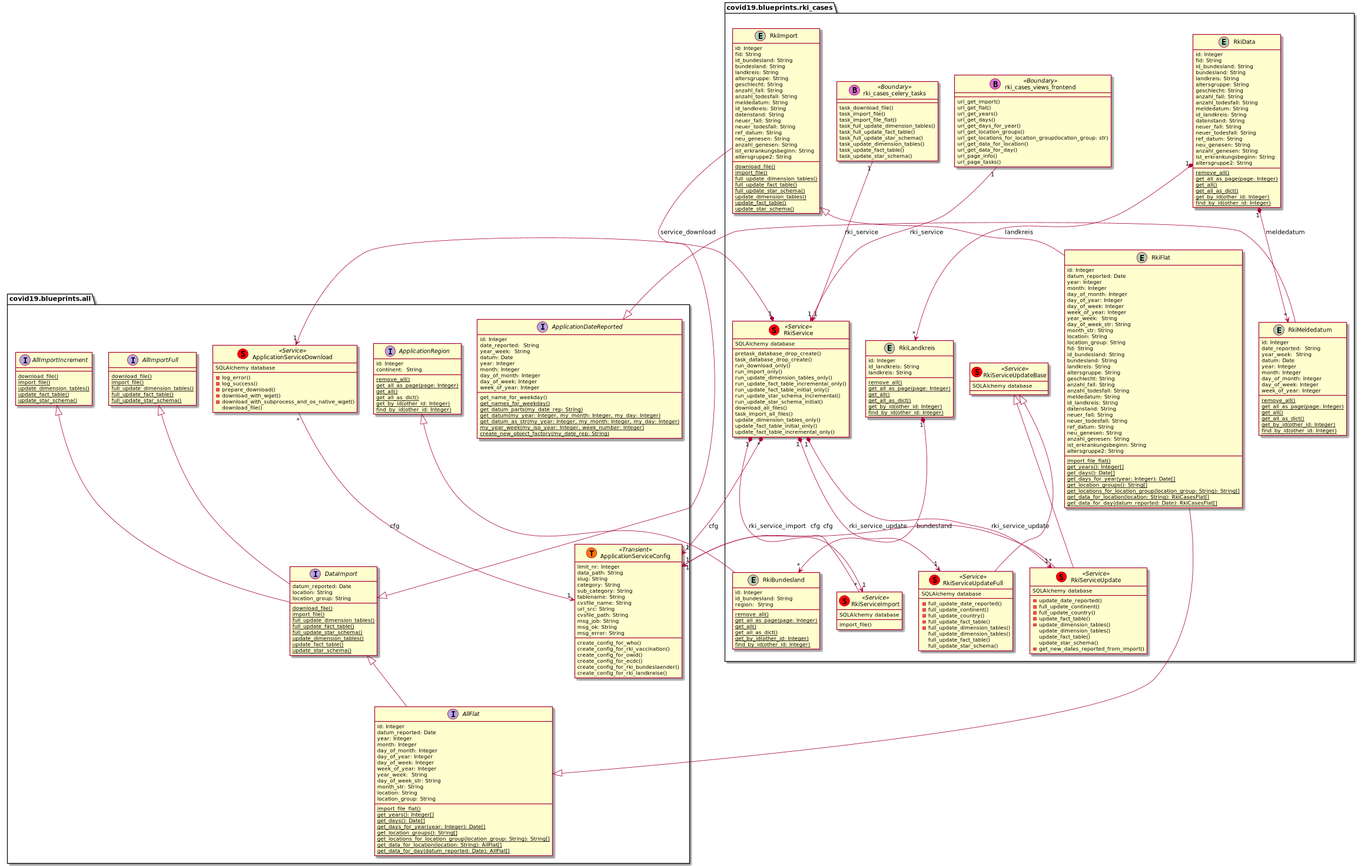
Before: docs/uml/data_rki/rki_cases_domain_model.png, a diagram exported from PlantUML (thomaswoehlke/flask_covid19).
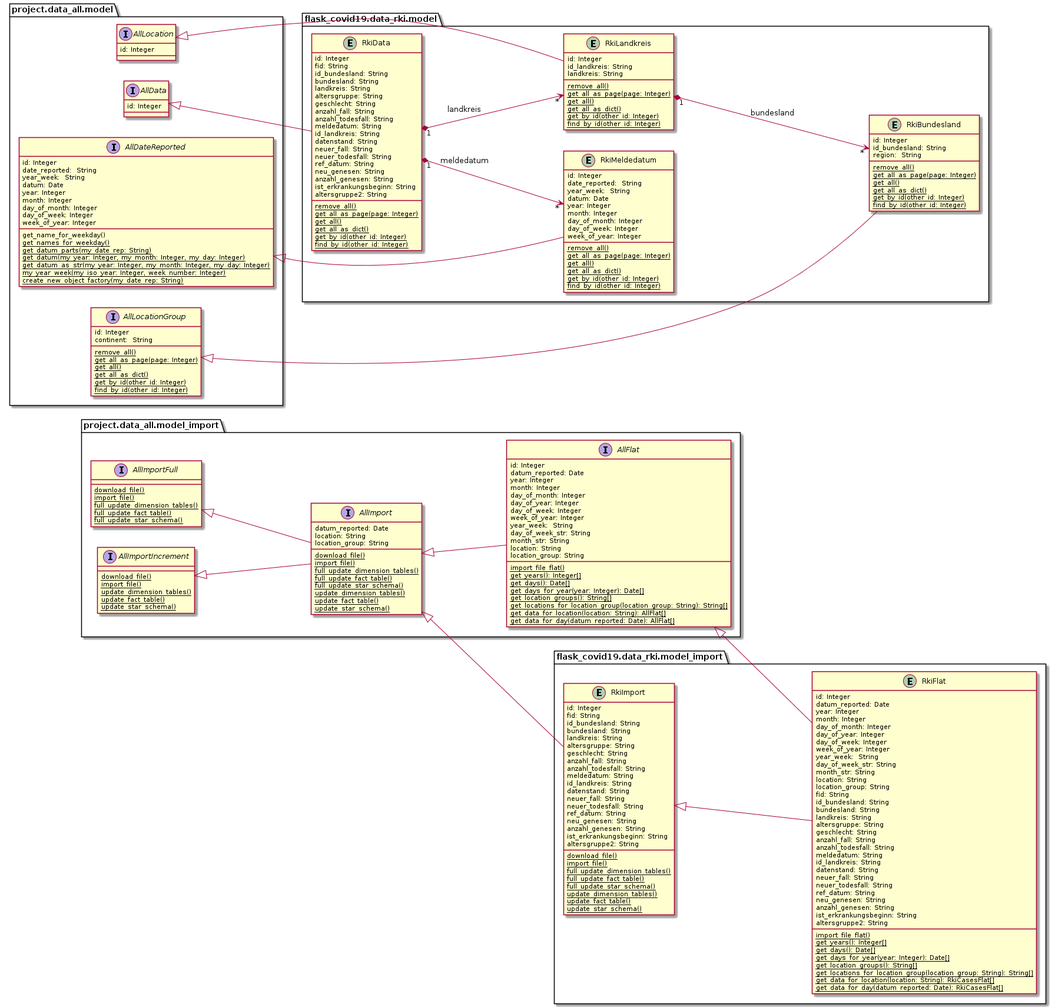
The same file after the commit.

Diff of the diagram source:
```diff
@@ -1,62 +1,8 @@
 @startuml
-package covid19.blueprints.all {
+left to right direction
 
-	interface ApplicationDateReported {
-	    id: Integer
-		date_reported:  String
-	    year_week:  String
-	    datum: Date
-	    year: Integer
-	    month: Integer
-	    day_of_month: Integer
-	    day_of_week: Integer
-	    week_of_year: Integer
-		get_name_for_weekday()
-		{classifier} get_names_for_weekday()
-		{classifier} get_datum_parts(my_date_rep: String)
-		{classifier} get_datum(my_year: Integer, my_month: Integer, my_day: Integer)
-		{classifier} get_datum_as_str(my_year: Integer, my_month: Integer, my_day: Integer)
-		{classifier} my_year_week(my_iso_year: Integer, week_number: Integer)
-		{classifier} create_new_object_factory(my_date_rep: String)
-	}
-	interface ApplicationRegion {
-	    id: Integer
-	    continent:  String
-	    {classifier} remove_all()
-	    {classifier} get_all_as_page(page: Integer)
-	    {classifier} get_all()
-	    {classifier} get_all_as_dict()
-	    {classifier} get_by_id(other_id: Integer)
-	    {classifier} find_by_id(other_id: Integer)
-	}
-	class ApplicationServiceDownload << (S,red) Service >> {
-		-log_error()
-		-log_success()
-		-prepare_download()
-		-download_with_wget()
-		-download_with_subprocess_and_os_native_wget()
-		download_file()
-	}
-	class ApplicationServiceConfig << (T,#FF7700) Transient >> {
-		limit_nr: Integer
-	    data_path: String
-	    slug: String
-	    category: String
-	    sub_category: String
-	    tablename: String
-	    cvsfile_name: String
-	    url_src: String
-	    cvsfile_path: String
-	    msg_job: String
-	    msg_ok: String
-	    msg_error: String
-		create_config_for_who()
-		create_config_for_rki_vaccination()
-		create_config_for_owid()
-		create_config_for_ecdc()
-		create_config_for_rki_bundeslaender()
-		create_config_for_rki_landkreise()
-	}
+
+package project.data_all.model_import {
 
 	interface AllImportFull {
 		{classifier} download_file()
@@ -74,7 +20,7 @@
 		{classifier} update_star_schema()
 	}
 
-	interface DataImport {
+	interface AllImport {
 	    datum_reported: Date
 		location: String
 		location_group: String
@@ -111,8 +57,10 @@
 		{classifier} get_data_for_location(location: String): AllFlat[]
 		{classifier} get_data_for_day(datum_reported: Date): AllFlat[]
 	}
+
 }
-package covid19.blueprints.rki_cases {
+
+package flask_covid19.data_rki.model_import {
 
 	entity RkiImport {
 		id: Integer
@@ -186,6 +134,58 @@
 		{classifier} get_data_for_day(datum_reported: Date): RkiCasesFlat[]
 	}
 
+}
+
+AllImportFull <|-- AllImport
+AllImportIncrement <|-- AllImport
+AllImport <|-- AllFlat
+AllImport <|-- RkiImport
+AllFlat <|-- RkiFlat
+RkiImport <|-- RkiFlat
+
+
+
+package project.data_all.model {
+
+	interface AllDateReported {
+	    id: Integer
+		date_reported:  String
+	    year_week:  String
+	    datum: Date
+	    year: Integer
+	    month: Integer
+	    day_of_month: Integer
+	    day_of_week: Integer
+	    week_of_year: Integer
+		get_name_for_weekday()
+		{classifier} get_names_for_weekday()
+		{classifier} get_datum_parts(my_date_rep: String)
+		{classifier} get_datum(my_year: Integer, my_month: Integer, my_day: Integer)
+		{classifier} get_datum_as_str(my_year: Integer, my_month: Integer, my_day: Integer)
+		{classifier} my_year_week(my_iso_year: Integer, week_number: Integer)
+		{classifier} create_new_object_factory(my_date_rep: String)
+	}
+
+	interface AllLocationGroup {
+	    id: Integer
+	    continent:  String
+	    {classifier} remove_all()
+	    {classifier} get_all_as_page(page: Integer)
+	    {classifier} get_all()
+	    {classifier} get_all_as_dict()
+	    {classifier} get_by_id(other_id: Integer)
+	    {classifier} find_by_id(other_id: Integer)
+	}
+	interface AllLocation {
+	    id: Integer
+    }
+	interface AllData {
+	    id: Integer
+	}
+}
+
+package flask_covid19.data_rki.model {
+
 	entity RkiMeldedatum {
 	    id: Integer
 		date_reported:  String
@@ -203,6 +203,7 @@
 	    {classifier} get_by_id(other_id: Integer)
 	    {classifier} find_by_id(other_id: Integer)
 	}
+
 	entity RkiBundesland {
 	    id: Integer
 		id_bundesland: String
@@ -226,6 +227,7 @@
 	    {classifier} get_by_id(other_id: Integer)
 	    {classifier} find_by_id(other_id: Integer)
 	}
+
 	entity RkiData {
 	    id: Integer
 	    fid: String
@@ -253,100 +255,15 @@
 	    {classifier} get_by_id(other_id: Integer)
 	    {classifier} find_by_id(other_id: Integer)
 	}
-	class RkiServiceImport << (S,red) Service >> {
-		import_file()
-	}
-	class RkiServiceUpdateBase << (S,red) Service >> {
-	}
-	class RkiServiceUpdateFull << (S,red) Service >> {
-		-full_update_date_reported()
-		-full_update_continent()
-		-full_update_country()
-		-full_update_fact_table()
-		-full_update_dimension_tables()
-		full_update_dimension_tables()
-		full_update_fact_table()
-		full_update_star_schema()
-	}
-	class RkiServiceUpdate << (S,red) Service >> {
-		-update_date_reported()
-		-full_update_continent()
-		-full_update_country()
-		-update_fact_table()
-	    -update_dimension_tables()
-		update_dimension_tables()
-		update_fact_table()
-		update_star_schema()
-		-get_new_dates_reported_from_import()
-	}
-	class RkiService << (S,red) Service >> {
-	    pretask_database_drop_create()
-	    task_database_drop_create()
-	    run_download_only()
-	    run_import_only()
-	    run_update_dimension_tables_only()
-	    run_update_fact_table_incremental_only()
-	    run_update_fact_table_initial_only()
-	    run_update_star_schema_incremental()
-	    run_update_star_schema_initial()
-	    download_all_files()
-	    task_import_all_files()
-	    update_dimension_tables_only()
-	    update_fact_table_initial_only()
-	    update_fact_table_incremental_only()
-	}
-	class rki_cases_views_frontend << (B,orchid) Boundary >> {
-	    url_get_import()
-		url_get_flat()
-		url_get_years()
-		url_get_days()
-		url_get_days_for_year()
-		url_get_location_groups()
-		url_get_locations_for_location_group(location_group: str)
-		url_get_data_for_location()
-		url_get_data_for_day()
-	    url_page_info()
-	    url_page_tasks()
-	}
-	class rki_cases_celery_tasks << (B,orchid) Boundary >> {
-		task_download_file()
-		task_import_file()
-		task_import_file_flat()
-		task_full_update_dimension_tables()
-		task_full_update_fact_table()
-		task_full_update_star_schema()
-		task_update_dimension_tables()
-		task_update_fact_table()
-		task_update_star_schema()
-	}
 }
-RkiServiceImport : SQLAlchemy database
-RkiServiceUpdateBase : SQLAlchemy database
-RkiServiceUpdateFull : SQLAlchemy database
-RkiServiceUpdate : SQLAlchemy database
-RkiService : SQLAlchemy database
-ApplicationServiceDownload : SQLAlchemy database
-RkiServiceUpdateBase <|-- RkiServiceUpdateFull
-RkiServiceUpdateBase <|-- RkiServiceUpdate
-ApplicationDateReported <|-- RkiMeldedatum
-ApplicationRegion <|-- RkiBundesland
+
+AllDateReported <|-- RkiMeldedatum
+AllLocationGroup <|-- RkiBundesland
+AllLocation <|-- RkiLandkreis
+AllData <|-- RkiData
+
 RkiLandkreis "1" *--> "*" RkiBundesland : bundesland
 RkiData "1" *--> "*" RkiLandkreis : landkreis
 RkiData "1" *--> "*" RkiMeldedatum : meldedatum
-RkiService "*" *--> "1"  ApplicationServiceConfig : cfg
-RkiServiceImport "*" --> "1"  ApplicationServiceConfig : cfg
-RkiServiceUpdate "*" --> "1"  ApplicationServiceConfig : cfg
-ApplicationServiceDownload "*" --> "1"  ApplicationServiceConfig : cfg
-RkiService "1" *--> "1" RkiServiceImport : rki_service_import
-RkiService "1" *--> "1" RkiServiceUpdate : rki_service_update
-RkiService "1" *--> "1" RkiServiceUpdateFull : rki_service_update
-RkiService "1" *--> "1" ApplicationServiceDownload : service_download
-rki_cases_views_frontend "1" --> "1" RkiService : rki_service
-rki_cases_celery_tasks "1" --> "1" RkiService : rki_service
-AllImportFull <|-- DataImport
-AllImportIncrement <|-- DataImport
-DataImport <|-- AllFlat
-DataImport <|-- RkiImport
-AllFlat <|-- RkiFlat
-RkiImport <|-- RkiFlat
+
 @enduml
```
